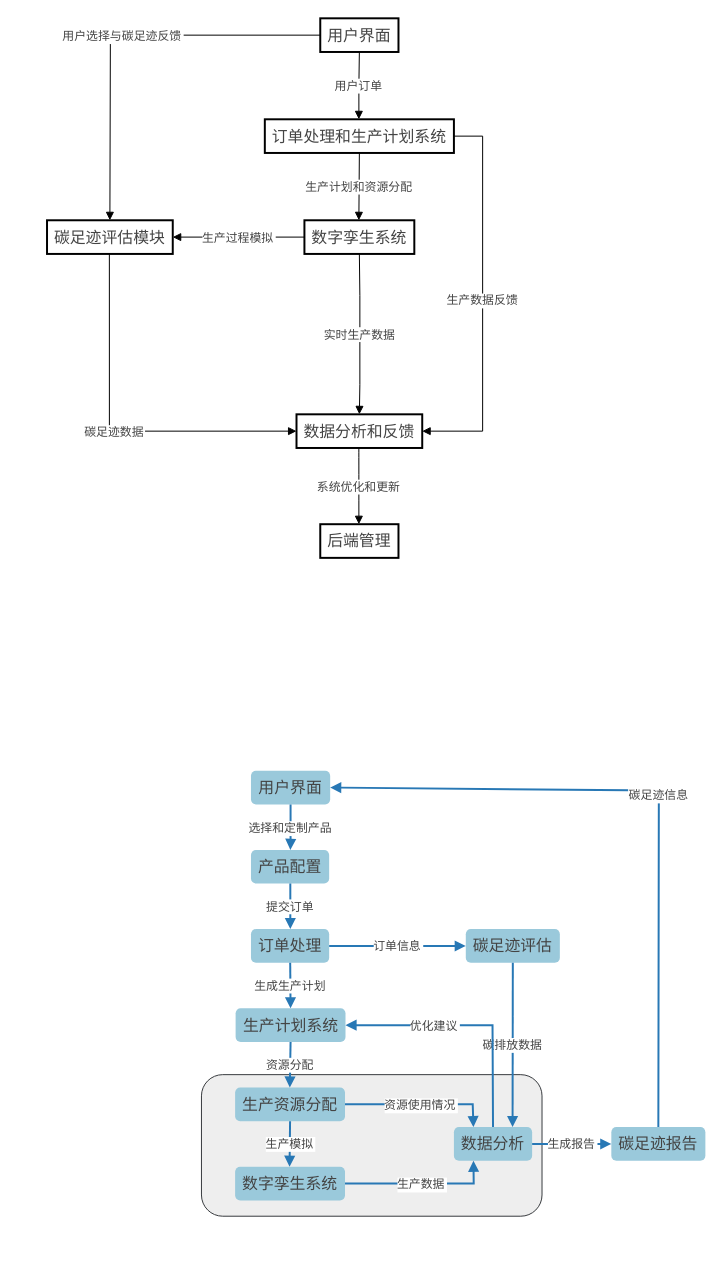
Earlier version of the draw.io diagram BB流程图.drawio (LFNing/General). Source tidied: cells renumbered, new cells numbered last; positions are measured from the earlier drawing's top-left corner, leaving out a move shared by most shapes. Both pictures are drawn from the tidied source at 99%, with x=0, y=0 at pixel (47, 18).
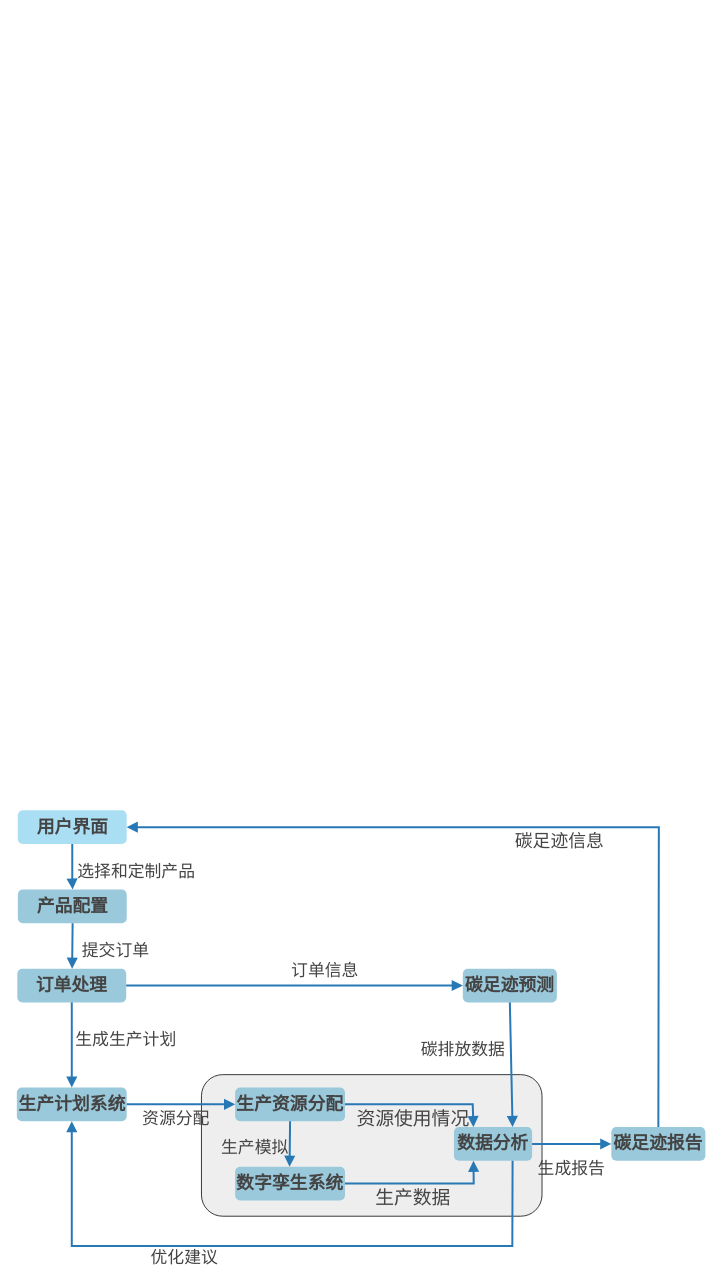
The same page after the edit.

Commit message:
更新BB流程图.drawio

The edit, as a diff of the source:
```diff
@@
-    <mxCell id="3" value="用户界面" style="whiteSpace=wrap;strokeWidth=2;fontSize=16;fontFamily=Times New Roman;fontColor=#444444;" parent="1" vertex="1">
-      <mxGeometry x="276" width="79" height="34" as="geometry" />
-    </mxCell>
-    <mxCell id="4" value="订单处理和生产计划系统" style="whiteSpace=wrap;strokeWidth=2;fontSize=16;fontFamily=Times New Roman;fontColor=#444444;" parent="1" vertex="1">
-      <mxGeometry x="220" y="102" width="191" height="34" as="geometry" />
-    </mxCell>
-    <mxCell id="5" value="数字孪生系统" style="whiteSpace=wrap;strokeWidth=2;fontSize=16;fontFamily=Times New Roman;fontColor=#444444;" parent="1" vertex="1">
-      <mxGeometry x="260" y="204" width="111" height="34" as="geometry" />
-    </mxCell>
-    <mxCell id="6" value="碳足迹评估模块" style="whiteSpace=wrap;strokeWidth=2;fontSize=16;fontFamily=Times New Roman;fontColor=#444444;" parent="1" vertex="1">
-      <mxGeometry y="204" width="127" height="34" as="geometry" />
-    </mxCell>
-    <mxCell id="7" value="数据分析和反馈" style="whiteSpace=wrap;strokeWidth=2;fontSize=16;fontFamily=Times New Roman;fontColor=#444444;" parent="1" vertex="1">
-      <mxGeometry x="252" y="400" width="127" height="34" as="geometry" />
-    </mxCell>
-    <mxCell id="8" value="后端管理" style="whiteSpace=wrap;strokeWidth=2;fontSize=16;fontFamily=Times New Roman;fontColor=#444444;" parent="1" vertex="1">
-      <mxGeometry x="276" y="511" width="79" height="34" as="geometry" />
-    </mxCell>
-    <mxCell id="9" value="用户订单" style="startArrow=none;endArrow=block;exitX=0.5;exitY=1;entryX=0.4973821989528796;entryY=0.0055147058823529415;rounded=0;fontSize=12;exitDx=0;exitDy=0;fontFamily=Times New Roman;fontColor=#444444;" parent="1" edge="1" source="3" target="4">
-      <mxGeometry relative="1" as="geometry">
-        <Array as="points">
-          <mxPoint x="315" y="68" />
-        </Array>
-      </mxGeometry>
-    </mxCell>
-    <mxCell id="10" value="生产计划和资源分配" style="startArrow=none;endArrow=block;exitX=0.5;exitY=1;entryX=0.4954954954954955;entryY=0.011029411764705883;rounded=0;fontSize=12;exitDx=0;exitDy=0;fontFamily=Times New Roman;fontColor=#444444;" parent="1" edge="1" source="4" target="5">
-      <mxGeometry relative="1" as="geometry" />
-    </mxCell>
-    <mxCell id="11" value="生产过程模拟" style="startArrow=none;endArrow=block;exitX=0;exitY=0.5;rounded=0;fontSize=12;entryX=1;entryY=0.5;entryDx=0;entryDy=0;exitDx=0;exitDy=0;fontFamily=Times New Roman;fontColor=#444444;" parent="1" edge="1" source="5" target="6">
-      <mxGeometry relative="1" as="geometry" />
-    </mxCell>
-    <mxCell id="12" value="碳足迹数据" style="startArrow=none;endArrow=block;exitX=0.49606299212598426;exitY=0.9751838235294118;entryX=0;entryY=0.5;rounded=0;fontSize=12;entryDx=0;entryDy=0;fontFamily=Times New Roman;fontColor=#444444;" parent="1" edge="1" source="6" target="7">
-      <mxGeometry relative="1" as="geometry">
-        <Array as="points">
-          <mxPoint x="63" y="417" />
-        </Array>
-      </mxGeometry>
-    </mxCell>
-    <mxCell id="13" value="系统优化和更新" style="curved=1;startArrow=none;endArrow=block;exitX=0.49606299212598426;exitY=0.9806985294117647;entryX=0.4936708860759494;entryY=-0.001838235294117647;rounded=0;fontSize=12;fontFamily=Times New Roman;fontColor=#444444;" parent="1" edge="1" source="7" target="8">
-      <mxGeometry relative="1" as="geometry" />
-    </mxCell>
-    <mxCell id="14" value="用户选择与碳足迹反馈" style="startArrow=none;endArrow=block;exitX=0;exitY=0.5;entryX=0.5;entryY=0;rounded=0;fontSize=12;entryDx=0;entryDy=0;exitDx=0;exitDy=0;fontFamily=Times New Roman;fontColor=#444444;" parent="1" edge="1" source="3" target="6">
-      <mxGeometry relative="1" as="geometry">
-        <Array as="points">
-          <mxPoint x="64" y="17" />
-        </Array>
-      </mxGeometry>
-    </mxCell>
-    <mxCell id="15" value="生产数据反馈" style="startArrow=none;endArrow=block;exitX=1;exitY=0.5;entryX=1;entryY=0.5;rounded=0;fontSize=12;entryDx=0;entryDy=0;exitDx=0;exitDy=0;fontFamily=Times New Roman;fontColor=#444444;" parent="1" edge="1" source="4" target="7">
-      <mxGeometry relative="1" as="geometry">
-        <Array as="points">
-          <mxPoint x="440" y="119" />
-          <mxPoint x="440" y="417" />
-        </Array>
-      </mxGeometry>
-    </mxCell>
-    <mxCell id="16" value="实时生产数据" style="startArrow=none;endArrow=block;exitX=0.5;exitY=1;entryX=0.5;entryY=0;rounded=0;fontSize=12;exitDx=0;exitDy=0;entryDx=0;entryDy=0;fontFamily=Times New Roman;fontColor=#444444;" parent="1" edge="1" source="5" target="7">
-      <mxGeometry relative="1" as="geometry">
-        <Array as="points">
-          <mxPoint x="316" y="280" />
-          <mxPoint x="316" y="370" />
-        </Array>
-      </mxGeometry>
-    </mxCell>
-    <mxCell id="17" value="用户界面" style="whiteSpace=wrap;strokeWidth=1;fontSize=16;fontFamily=Times New Roman;rounded=1;fillColor=#9ac9db;strokeColor=none;fontColor=#444444;" parent="1" vertex="1">
-      <mxGeometry x="206" y="760" width="80" height="34" as="geometry" />
+    <mxCell id="17" value="用户界面" style="whiteSpace=wrap;strokeWidth=1;fontSize=18;fontFamily=Times New Roman;rounded=1;fillColor=#AADEF2;strokeColor=none;fontColor=#444444;fontStyle=1;" parent="1" vertex="1">
+      <mxGeometry x="-29.5" y="800" width="110" height="34" as="geometry" />
     </mxCell>
-    <mxCell id="18" value="产品配置" style="whiteSpace=wrap;strokeWidth=1;fontSize=16;fontFamily=Times New Roman;fillColor=#9ac9db;strokeColor=none;rounded=1;fontColor=#444444;" parent="1" vertex="1">
-      <mxGeometry x="206" y="840" width="79" height="34" as="geometry" />
+    <mxCell id="18" value="产品配置" style="whiteSpace=wrap;strokeWidth=1;fontSize=18;fontFamily=Times New Roman;fillColor=#9ac9db;strokeColor=none;rounded=1;fontColor=#444444;fontStyle=1;" parent="1" vertex="1">
+      <mxGeometry x="-29.5" y="880" width="110" height="34" as="geometry" />
     </mxCell>
-    <mxCell id="19" value="订单处理" style="whiteSpace=wrap;strokeWidth=1;fontSize=16;fontFamily=Times New Roman;fillColor=#9ac9db;strokeColor=none;rounded=1;fontColor=#444444;" parent="1" vertex="1">
-      <mxGeometry x="206" y="920" width="79" height="34" as="geometry" />
+    <mxCell id="19" value="订单处理" style="whiteSpace=wrap;strokeWidth=1;fontSize=18;fontFamily=Times New Roman;fillColor=#9ac9db;strokeColor=none;rounded=1;fontColor=#444444;fontStyle=1;" parent="1" vertex="1">
+      <mxGeometry x="-30" y="960" width="110" height="34" as="geometry" />
     </mxCell>
-    <mxCell id="20" value="生产计划系统" style="whiteSpace=wrap;strokeWidth=1;fontSize=16;fontFamily=Times New Roman;fillColor=#9ac9db;strokeColor=none;rounded=1;fontColor=#444444;" parent="1" vertex="1">
-      <mxGeometry x="190.5" y="1000" width="111" height="34" as="geometry" />
+    <mxCell id="20" value="生产计划系统" style="whiteSpace=wrap;strokeWidth=1;fontSize=18;fontFamily=Times New Roman;fillColor=#9ac9db;strokeColor=none;rounded=1;fontColor=#444444;fontStyle=1;" parent="1" vertex="1">
+      <mxGeometry x="-30.5" y="1080" width="111" height="34" as="geometry" />
     </mxCell>
-    <mxCell id="21" value="生产资源分配" style="whiteSpace=wrap;strokeWidth=1;fontSize=16;fontFamily=Times New Roman;fillColor=#9ac9db;strokeColor=none;rounded=1;fontColor=#444444;" parent="1" vertex="1">
+    <mxCell id="21" value="生产资源分配" style="whiteSpace=wrap;strokeWidth=1;fontSize=18;fontFamily=Times New Roman;fillColor=#9ac9db;strokeColor=none;rounded=1;fontColor=#444444;fontStyle=1;" parent="1" vertex="1">
       <mxGeometry x="190" y="1080" width="111" height="34" as="geometry" />
     </mxCell>
-    <mxCell id="22" value="数字孪生系统" style="whiteSpace=wrap;strokeWidth=1;fontSize=16;fontFamily=Times New Roman;fillColor=#9ac9db;strokeColor=none;rounded=1;fontColor=#444444;" parent="1" vertex="1">
+    <mxCell id="22" value="数字孪生系统" style="whiteSpace=wrap;strokeWidth=1;fontSize=18;fontFamily=Times New Roman;fillColor=#9ac9db;strokeColor=none;rounded=1;fontColor=#444444;fontStyle=1;" parent="1" vertex="1">
       <mxGeometry x="190" y="1160" width="111" height="34" as="geometry" />
     </mxCell>
-    <mxCell id="23" value="碳足迹评估" style="whiteSpace=wrap;strokeWidth=1;fontSize=16;fontFamily=Times New Roman;fillColor=#9ac9db;strokeColor=none;rounded=1;fontColor=#444444;" parent="1" vertex="1">
-      <mxGeometry x="423" y="920" width="95" height="34" as="geometry" />
+    <mxCell id="23" value="碳足迹预测" style="whiteSpace=wrap;strokeWidth=1;fontSize=18;fontFamily=Times New Roman;fillColor=#9ac9db;strokeColor=none;rounded=1;fontColor=#444444;fontStyle=1;" parent="1" vertex="1">
+      <mxGeometry x="420" y="960" width="95" height="34" as="geometry" />
     </mxCell>
-    <mxCell id="24" value="数据分析" style="whiteSpace=wrap;strokeWidth=1;fontSize=16;fontFamily=Times New Roman;fillColor=#9ac9db;strokeColor=none;rounded=1;fontColor=#444444;" parent="1" vertex="1">
+    <mxCell id="24" value="数据分析" style="whiteSpace=wrap;strokeWidth=1;fontSize=18;fontFamily=Times New Roman;fillColor=#9ac9db;strokeColor=none;rounded=1;fontColor=#444444;fontStyle=1;" parent="1" vertex="1">
       <mxGeometry x="411" y="1120" width="79" height="34" as="geometry" />
     </mxCell>
-    <mxCell id="25" value="碳足迹报告" style="whiteSpace=wrap;strokeWidth=1;fontSize=16;fontFamily=Times New Roman;fillColor=#9ac9db;strokeColor=none;rounded=1;fontColor=#444444;" parent="1" vertex="1">
+    <mxCell id="25" value="碳足迹报告" style="whiteSpace=wrap;strokeWidth=1;fontSize=18;fontFamily=Times New Roman;fillColor=#9ac9db;strokeColor=none;rounded=1;fontColor=#444444;fontStyle=1;" parent="1" vertex="1">
       <mxGeometry x="570" y="1120" width="95" height="34" as="geometry" />
     </mxCell>
-    <mxCell id="26" value="选择和定制产品" style="startArrow=none;endArrow=block;entryX=0.5031645569620253;entryY=0.0055147058823529415;rounded=0;fontSize=12;fontFamily=Times New Roman;strokeColor=#2878b5;strokeWidth=2;fontColor=#444444;" parent="1" edge="1" source="17" target="18">
-      <mxGeometry relative="1" as="geometry">
+    <mxCell id="26" value="选择和定制产品" style="startArrow=none;endArrow=block;entryX=0.5031645569620253;entryY=0.0055147058823529415;rounded=0;fontSize=17;fontFamily=Times New Roman;strokeColor=#2878b5;strokeWidth=2;fontColor=#444444;labelBackgroundColor=none;" parent="1" edge="1" source="17" target="18">
+      <mxGeometry x="0.13" y="65" relative="1" as="geometry">
         <Array as="points">
-          <mxPoint x="246" y="833" />
+          <mxPoint x="25.5" y="873" />
         </Array>
       </mxGeometry>
     </mxCell>
-    <mxCell id="27" value="提交订单" style="curved=1;startArrow=none;endArrow=block;exitX=0.5031645569620253;exitY=0.9935661764705882;entryX=0.5031645569620253;entryY=0.011029411764705883;rounded=0;fontSize=12;fontFamily=Times New Roman;strokeColor=#2878b5;strokeWidth=2;fontColor=#444444;" parent="1" edge="1" source="18" target="19">
-      <mxGeometry relative="1" as="geometry" />
+    <mxCell id="27" value="提交订单" style="curved=1;startArrow=none;endArrow=block;exitX=0.5031645569620253;exitY=0.9935661764705882;entryX=0.5031645569620253;entryY=0.011029411764705883;rounded=0;fontSize=17;fontFamily=Times New Roman;strokeColor=#2878b5;strokeWidth=2;fontColor=#444444;labelBackgroundColor=none;" parent="1" edge="1" source="18" target="19">
+      <mxGeometry x="0.11" y="44" relative="1" as="geometry" />
     </mxCell>
-    <mxCell id="28" value="生成生产计划" style="startArrow=none;endArrow=block;entryX=0.5;entryY=-0.012867647058823529;rounded=0;fontSize=12;fontFamily=Times New Roman;strokeColor=#2878b5;strokeWidth=2;fontColor=#444444;" parent="1" edge="1" source="19" target="20">
-      <mxGeometry x="-0.01" relative="1" as="geometry" />
+    <mxCell id="28" value="生成生产计划" style="startArrow=none;endArrow=block;entryX=0.5;entryY=-0.012867647058823529;rounded=0;fontSize=17;fontFamily=Times New Roman;strokeColor=#2878b5;strokeWidth=2;fontColor=#444444;labelBackgroundColor=none;" parent="1" edge="1" source="19" target="20">
+      <mxGeometry x="-0.16" y="55" relative="1" as="geometry" />
     </mxCell>
-    <mxCell id="29" value="资源分配" style="startArrow=none;endArrow=block;exitX=0.5;exitY=1;entryX=0.49774774774774777;entryY=-0.007352941176470588;rounded=0;fontSize=12;exitDx=0;exitDy=0;fontFamily=Times New Roman;strokeColor=#2878b5;strokeWidth=2;fontColor=#444444;" parent="1" edge="1" source="20" target="21">
-      <mxGeometry relative="1" as="geometry" />
+    <mxCell id="29" value="资源分配" style="startArrow=none;endArrow=block;exitX=1;exitY=0.5;entryX=0;entryY=0.5;rounded=0;fontSize=17;exitDx=0;exitDy=0;fontFamily=Times New Roman;strokeColor=#2878b5;strokeWidth=2;fontColor=#444444;entryDx=0;entryDy=0;labelBackgroundColor=none;" parent="1" edge="1" source="20" target="21">
+      <mxGeometry x="-0.09" y="-13" relative="1" as="geometry" />
     </mxCell>
-    <mxCell id="30" value="生产模拟" style="startArrow=none;endArrow=block;exitX=0.5;exitY=1;entryX=0.4954954954954955;entryY=-0.001838235294117647;rounded=0;fontSize=12;exitDx=0;exitDy=0;fontFamily=Times New Roman;strokeColor=#2878b5;strokeWidth=2;fontColor=#444444;" parent="1" edge="1" source="21" target="22">
-      <mxGeometry relative="1" as="geometry" />
+    <mxCell id="30" value="生产模拟" style="startArrow=none;endArrow=block;exitX=0.5;exitY=1;entryX=0.4954954954954955;entryY=-0.001838235294117647;rounded=0;fontSize=17;exitDx=0;exitDy=0;fontFamily=Times New Roman;strokeColor=#2878b5;strokeWidth=2;fontColor=#444444;labelBackgroundColor=none;" parent="1" edge="1" source="21" target="22">
+      <mxGeometry x="0.15" y="-35" relative="1" as="geometry" />
     </mxCell>
-    <mxCell id="31" value="订单信息" style="startArrow=none;endArrow=block;exitX=1;exitY=0.5;entryX=0;entryY=0.5;rounded=0;fontSize=12;exitDx=0;exitDy=0;entryDx=0;entryDy=0;fontFamily=Times New Roman;strokeColor=#2878b5;strokeWidth=2;fontColor=#444444;" parent="1" edge="1" source="19" target="23">
-      <mxGeometry relative="1" as="geometry" />
+    <mxCell id="31" value="订单信息" style="startArrow=none;endArrow=block;exitX=1;exitY=0.5;entryX=0;entryY=0.5;rounded=0;fontSize=17;exitDx=0;exitDy=0;entryDx=0;entryDy=0;fontFamily=Times New Roman;strokeColor=#2878b5;strokeWidth=2;fontColor=#444444;labelBackgroundColor=none;" parent="1" edge="1" source="19" target="23">
+      <mxGeometry x="0.18" y="17" relative="1" as="geometry">
+        <Array as="points">
+          <mxPoint x="250" y="977" />
+        </Array>
+      </mxGeometry>
     </mxCell>
-    <mxCell id="32" value="碳排放数据" style="startArrow=none;endArrow=block;exitX=0.5;exitY=1;entryX=0.75;entryY=0;rounded=0;fontSize=12;entryDx=0;entryDy=0;exitDx=0;exitDy=0;fontFamily=Times New Roman;strokeColor=#2878b5;strokeWidth=2;fontColor=#444444;" parent="1" edge="1" source="23" target="24">
-      <mxGeometry relative="1" as="geometry" />
+    <mxCell id="32" value="碳排放数据" style="startArrow=none;endArrow=block;exitX=0.5;exitY=1;entryX=0.75;entryY=0;rounded=0;fontSize=17;entryDx=0;entryDy=0;exitDx=0;exitDy=0;fontFamily=Times New Roman;strokeColor=#2878b5;strokeWidth=2;fontColor=#444444;labelBackgroundColor=none;" parent="1" edge="1" source="23" target="24">
+      <mxGeometry x="-0.29" y="-48" relative="1" as="geometry" />
     </mxCell>
-    <mxCell id="33" value="生成报告" style="startArrow=none;endArrow=block;exitX=1;exitY=0.5;entryX=0;entryY=0.5;rounded=0;fontSize=12;exitDx=0;exitDy=0;entryDx=0;entryDy=0;fontFamily=Times New Roman;strokeColor=#2878b5;strokeWidth=2;fontColor=#444444;" parent="1" edge="1" source="24" target="25">
-      <mxGeometry relative="1" as="geometry" />
+    <mxCell id="33" value="生成报告" style="startArrow=none;endArrow=block;exitX=1;exitY=0.5;entryX=0;entryY=0.5;rounded=0;fontSize=17;exitDx=0;exitDy=0;entryDx=0;entryDy=0;fontFamily=Times New Roman;strokeColor=#2878b5;strokeWidth=2;fontColor=#444444;labelBackgroundColor=none;" parent="1" edge="1" source="24" target="25">
+      <mxGeometry y="-23" relative="1" as="geometry" />
     </mxCell>
-    <mxCell id="34" value="碳足迹信息" style="startArrow=none;endArrow=block;exitX=0.5;exitY=0;entryX=1;entryY=0.5;rounded=0;fontSize=12;exitDx=0;exitDy=0;entryDx=0;entryDy=0;fontFamily=Times New Roman;strokeColor=#2878b5;strokeWidth=2;fontColor=#444444;" parent="1" edge="1" source="25" target="17">
-      <mxGeometry relative="1" as="geometry">
+    <mxCell id="34" value="碳足迹信息" style="startArrow=none;endArrow=block;exitX=0.5;exitY=0;entryX=1;entryY=0.5;rounded=0;fontSize=18;exitDx=0;exitDy=0;entryDx=0;entryDy=0;fontFamily=Times New Roman;strokeColor=#2878b5;strokeWidth=2;fontColor=#444444;labelBackgroundColor=none;" parent="1" edge="1" source="25" target="17">
+      <mxGeometry x="-0.04" y="13" relative="1" as="geometry">
         <Array as="points">
-          <mxPoint x="618" y="780" />
+          <mxPoint x="618" y="817" />
         </Array>
       </mxGeometry>
     </mxCell>
-    <mxCell id="35" value="资源使用情况" style="startArrow=none;endArrow=block;exitX=1;exitY=0.5;entryX=0.25;entryY=0;rounded=0;fontSize=12;entryDx=0;entryDy=0;exitDx=0;exitDy=0;fontFamily=Times New Roman;strokeColor=#2878b5;strokeWidth=2;fontColor=#444444;" parent="1" edge="1" source="21" target="24">
-      <mxGeometry relative="1" as="geometry">
+    <mxCell id="35" value="资源使用情况" style="startArrow=none;endArrow=block;exitX=1;exitY=0.5;entryX=0.25;entryY=0;rounded=0;fontSize=19;entryDx=0;entryDy=0;exitDx=0;exitDy=0;fontFamily=Times New Roman;strokeColor=#2878b5;strokeWidth=2;fontColor=#444444;labelBackgroundColor=none;" parent="1" edge="1" source="21" target="24">
+      <mxGeometry x="-0.09" y="-13" relative="1" as="geometry">
         <Array as="points">
           <mxPoint x="430" y="1097" />
         </Array>
       </mxGeometry>
     </mxCell>
-    <mxCell id="36" value="生产数据" style="startArrow=none;endArrow=block;exitX=1;exitY=0.5;entryX=0.25;entryY=1;rounded=0;fontSize=12;entryDx=0;entryDy=0;exitDx=0;exitDy=0;fontFamily=Times New Roman;strokeColor=#2878b5;strokeWidth=2;fontColor=#444444;" parent="1" edge="1" source="22" target="24">
-      <mxGeometry relative="1" as="geometry">
+    <mxCell id="36" value="生产数据" style="startArrow=none;endArrow=block;exitX=1;exitY=0.5;entryX=0.25;entryY=1;rounded=0;fontSize=19;entryDx=0;entryDy=0;exitDx=0;exitDy=0;fontFamily=Times New Roman;strokeColor=#2878b5;strokeWidth=2;fontColor=#444444;labelBackgroundColor=none;" parent="1" edge="1" source="22" target="24">
+      <mxGeometry x="-0.1" y="-13" relative="1" as="geometry">
         <Array as="points">
           <mxPoint x="431" y="1177" />
         </Array>
       </mxGeometry>
     </mxCell>
-    <mxCell id="37" value="优化建议" style="startArrow=none;endArrow=block;entryX=1;entryY=0.5;rounded=0;fontSize=12;entryDx=0;entryDy=0;exitX=0.5;exitY=0;exitDx=0;exitDy=0;fontFamily=Times New Roman;strokeColor=#2878b5;strokeWidth=2;fontColor=#444444;" parent="1" edge="1" source="24" target="20">
-      <mxGeometry x="0.29" relative="1" as="geometry">
+    <mxCell id="37" value="优化建议" style="startArrow=none;endArrow=block;entryX=0.5;entryY=1;rounded=0;fontSize=17;entryDx=0;entryDy=0;exitX=0.75;exitY=1;exitDx=0;exitDy=0;fontFamily=Times New Roman;strokeColor=#2878b5;strokeWidth=2;fontColor=#444444;labelBackgroundColor=none;" parent="1" edge="1" source="24" target="20">
+      <mxGeometry x="0.27" y="10" relative="1" as="geometry">
         <Array as="points">
-          <mxPoint x="450" y="1017" />
+          <mxPoint x="470" y="1240" />
+          <mxPoint x="25" y="1240" />
         </Array>
       </mxGeometry>
     </mxCell>
```
